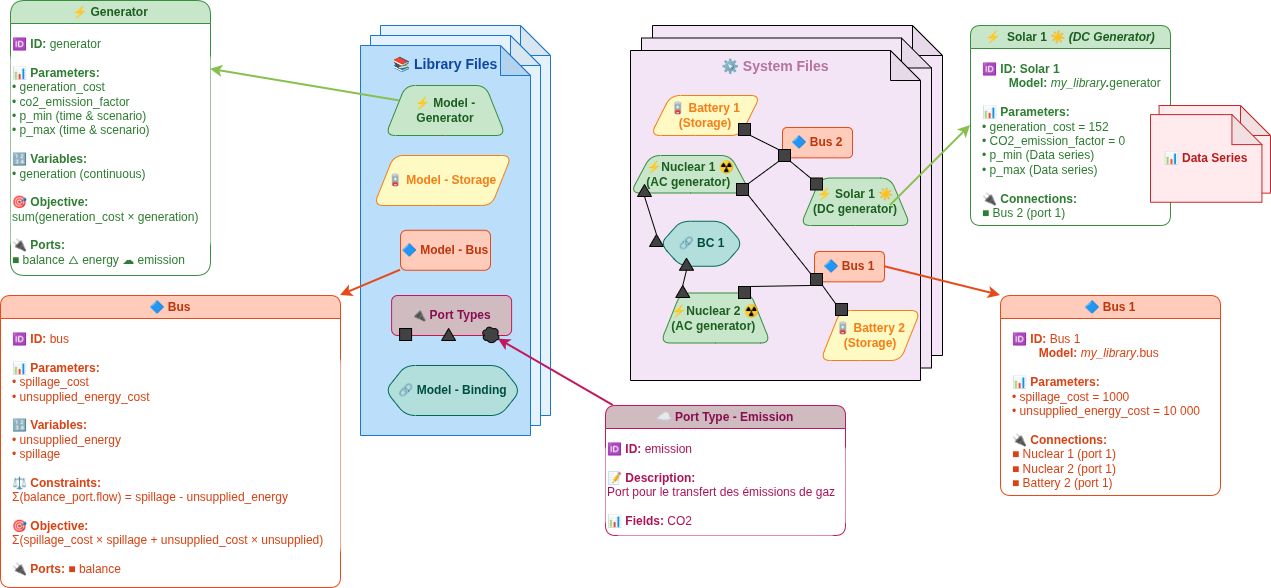
Above: doc/assets/6_GEMS_architecture.png in AntaresSimulatorTeam/GEMS (draw.io), before the change. Source tidied: cells renumbered, new cells last; positions are measured from the earlier drawing's top-left corner, leaving out a move shared by most shapes.
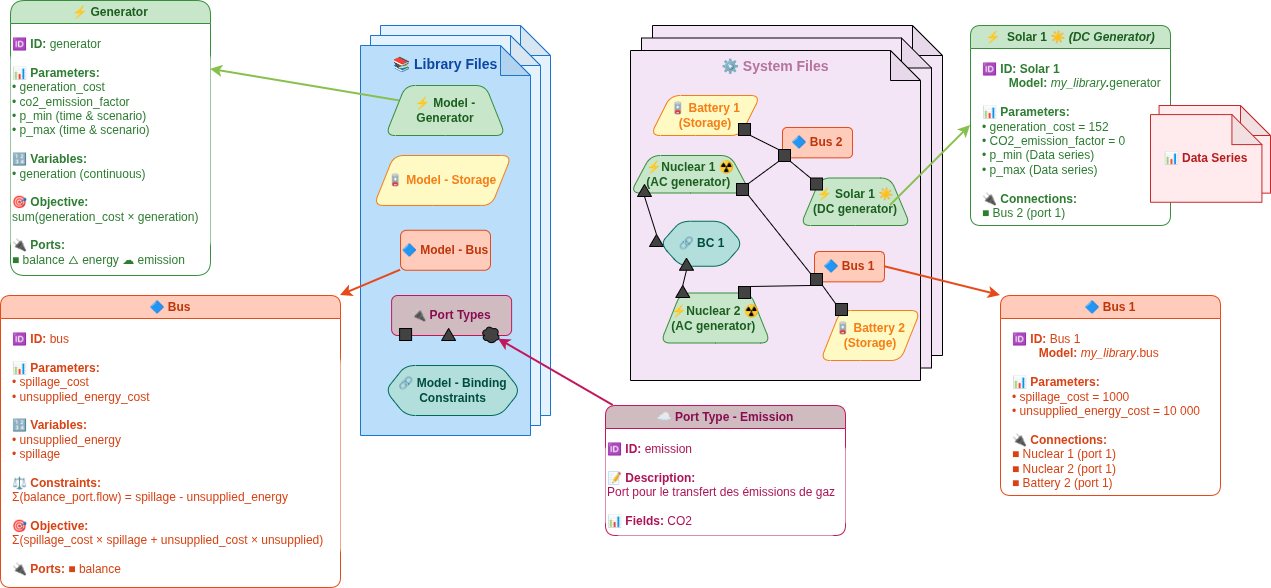
Above is the later version.

Change to the diagram source:
```diff
@@ -38,7 +38,7 @@
     <mxCell id="13" value="⚡ Model - Generator" style="shape=trapezoid;perimeter=trapezoidPerimeter;whiteSpace=wrap;html=1;fixedSize=1;fillColor=#C8E6C9;strokeColor=#388E3C;fontStyle=1;fontColor=#1B5E20;rounded=1;" parent="1" vertex="1">
       <mxGeometry x="385" y="85" width="120" height="50" as="geometry" />
     </mxCell>
-    <mxCell id="14" value="🔗 Model - Binding" style="shape=hexagon;perimeter=hexagonPerimeter2;whiteSpace=wrap;html=1;fixedSize=1;fillColor=#B2DFDB;strokeColor=#00695C;fontStyle=1;fontColor=#004D40;rounded=1;" parent="1" vertex="1">
+    <mxCell id="14" value="🔗 Model - Binding Constraints" style="shape=hexagon;perimeter=hexagonPerimeter2;whiteSpace=wrap;html=1;fixedSize=1;fillColor=#B2DFDB;strokeColor=#00695C;fontStyle=1;fontColor=#004D40;rounded=1;" parent="1" vertex="1">
       <mxGeometry x="385" y="365" width="135" height="50" as="geometry" />
     </mxCell>
     <mxCell id="15" value="⚡&amp;nbsp;&amp;nbsp;Solar 1 ☀️&amp;nbsp;&lt;i&gt;(DC Generator)&lt;/i&gt;" style="swimlane;whiteSpace=wrap;html=1;fillColor=#C8E6C9;strokeColor=#388E3C;fontStyle=1;fontColor=#1B5E20;rounded=1;" parent="1" vertex="1">
```
